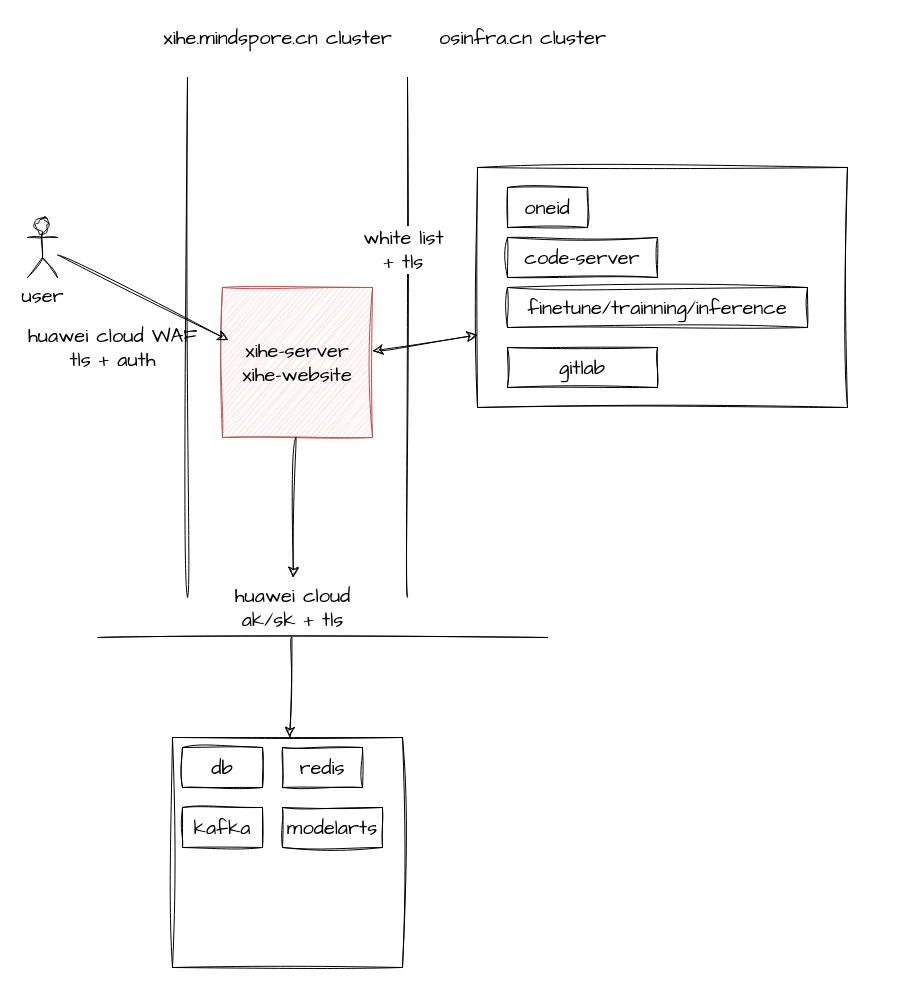
pkking/mydrawio keeps this draw.io diagram as xihe-deploy.drawio. Above is the earlier version. Source tidied: cells renumbered, new cells numbered last; positions are measured from the earlier drawing's top-left corner, leaving out a move shared by most shapes. Both pictures are drawn from the tidied source at 100%, with x=0, y=0 at pixel (17, 17).
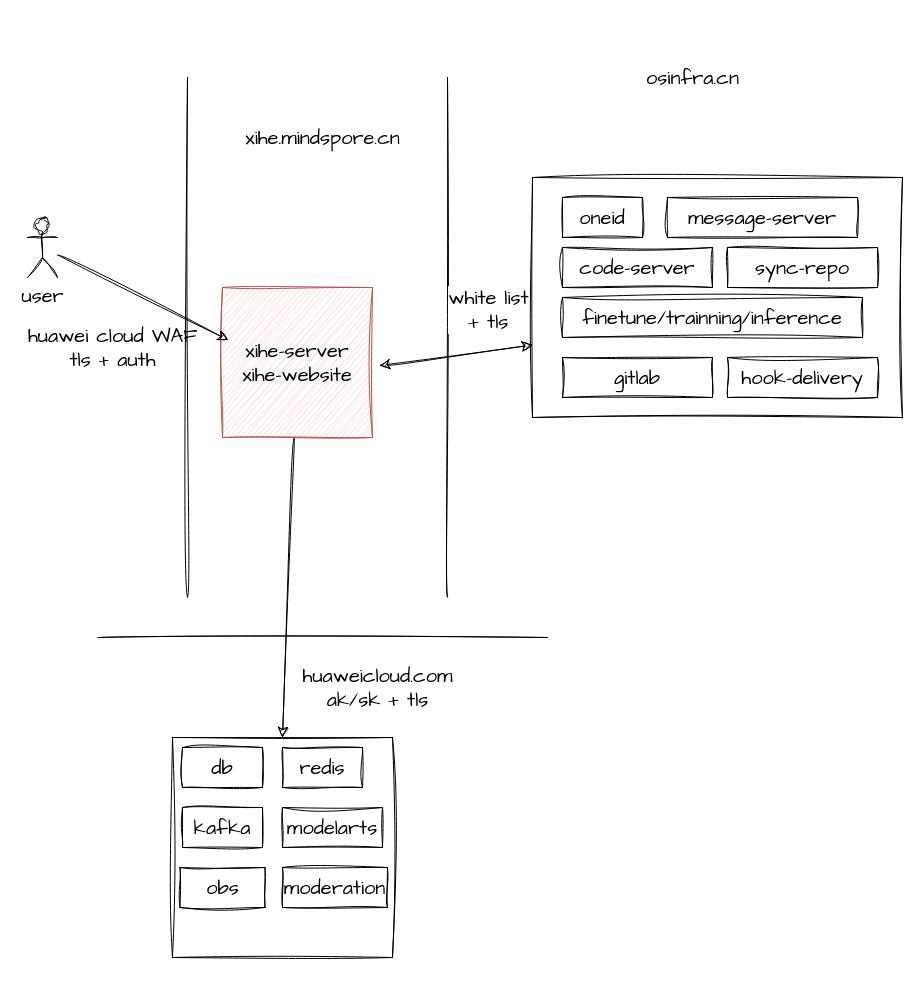
After the change.

The change refers to these unchanged cells:
```xml
<mxCell id="5" value="xihe-server&lt;br&gt;xihe-website" style="whiteSpace=wrap;html=1;sketch=1;hachureGap=4;jiggle=2;curveFitting=1;fontFamily=Architects Daughter;fontSize=20;fillColor=#f8cecc;strokeColor=#b85450;" parent="1" vertex="1">
  <mxGeometry x="205" y="270" width="150" height="150" as="geometry" />
</mxCell>
```

Diff of the diagram source:
```diff
@@
     <mxCell id="2" style="rounded=0;whiteSpace=wrap;html=1;sketch=1;hachureGap=4;jiggle=2;curveFitting=1;fontFamily=Architects Daughter;fontSize=20;" parent="1" vertex="1">
-      <mxGeometry x="460" y="150" width="370" height="240" as="geometry" />
+      <mxGeometry x="515" y="160" width="370" height="240" as="geometry" />
     </mxCell>
-    <mxCell id="3" style="edgeStyle=none;curved=1;rounded=0;sketch=1;hachureGap=4;jiggle=2;curveFitting=1;jettySize=auto;html=1;entryX=0;entryY=0.5;entryDx=0;entryDy=0;fontFamily=Architects Daughter;fontSize=16;startSize=8;endSize=8;startArrow=classic;startFill=1;" parent="1" edge="1" source="5">
+    <mxCell id="3" style="edgeStyle=none;curved=1;rounded=0;sketch=1;hachureGap=4;jiggle=2;curveFitting=1;jettySize=auto;html=1;entryX=0;entryY=0.5;entryDx=0;entryDy=0;fontFamily=Architects Daughter;fontSize=16;startSize=8;endSize=8;startArrow=classic;startFill=1;exitX=1.047;exitY=0.52;exitDx=0;exitDy=0;exitPerimeter=0;" parent="1" edge="1" source="5">
       <mxGeometry relative="1" as="geometry">
-        <mxPoint x="460" y="317.5" as="targetPoint" />
+        <mxPoint x="515" y="327.5" as="targetPoint" />
       </mxGeometry>
     </mxCell>
-    <mxCell id="4" style="edgeStyle=none;curved=1;rounded=0;sketch=1;hachureGap=4;jiggle=2;curveFitting=1;jettySize=auto;html=1;fontFamily=Architects Daughter;fontSize=16;startSize=8;endSize=8;" parent="1" edge="1" source="23" target="17">
-      <mxGeometry relative="1" as="geometry" />
-    </mxCell>
+    <mxCell id="26" style="edgeStyle=none;curved=1;rounded=0;sketch=1;hachureGap=4;jiggle=2;curveFitting=1;jettySize=auto;html=1;entryX=0.5;entryY=0;entryDx=0;entryDy=0;fontFamily=Architects Daughter;fontSize=16;startSize=8;endSize=8;" parent="1" edge="1" source="5" target="17">
+      <mxGeometry relative="1" as="geometry" />
+    </mxCell>
@@
     <mxCell id="9" style="endArrow=none;html=1;rounded=0;sketch=1;hachureGap=4;jiggle=2;curveFitting=1;fontFamily=Architects Daughter;fontSize=16;startSize=8;endSize=8;curved=1;" parent="1" edge="1">
       <mxGeometry relative="1" as="geometry">
-        <mxPoint x="390" y="580" as="sourcePoint" />
-        <mxPoint x="390" y="60" as="targetPoint" />
+        <mxPoint x="430" y="580" as="sourcePoint" />
+        <mxPoint x="430" y="60" as="targetPoint" />
       </mxGeometry>
     </mxCell>
     <mxCell id="10" value="white list&lt;br&gt;+ tls" style="edgeLabel;html=1;align=center;verticalAlign=middle;fontSize=20;fontFamily=Architects Daughter;" parent="9" vertex="1">
       <mxGeometry x="-0.07" y="1" relative="1" as="geometry">
-        <mxPoint x="-4" y="-107" as="offset" />
+        <mxPoint x="41" y="-47" as="offset" />
       </mxGeometry>
     </mxCell>
-    <mxCell id="11" value="xihe.mindspore.cn cluster" style="text;html=1;align=center;verticalAlign=middle;strokeColor=none;fillColor=none;fontSize=20;fontFamily=Architects Daughter;" parent="1" vertex="1">
-      <mxGeometry x="135" width="250" height="40" as="geometry" />
+    <mxCell id="11" value="xihe.mindspore.cn" style="text;html=1;align=center;verticalAlign=middle;strokeColor=none;fillColor=none;fontSize=20;fontFamily=Architects Daughter;" parent="1" vertex="1">
+      <mxGeometry x="215" y="100" width="180" height="40" as="geometry" />
     </mxCell>
-    <mxCell id="12" value="osinfra.cn cluster" style="text;html=1;align=center;verticalAlign=middle;strokeColor=none;fillColor=none;fontSize=20;fontFamily=Architects Daughter;" parent="1" vertex="1">
-      <mxGeometry x="410" width="190" height="40" as="geometry" />
+    <mxCell id="12" value="osinfra.cn" style="text;html=1;align=center;verticalAlign=middle;strokeColor=none;fillColor=none;fontSize=20;fontFamily=Architects Daughter;" parent="1" vertex="1">
+      <mxGeometry x="615" y="40" width="120" height="40" as="geometry" />
     </mxCell>
@@
     <mxCell id="14" value="oneid" style="rounded=0;whiteSpace=wrap;html=1;sketch=1;hachureGap=4;jiggle=2;curveFitting=1;fontFamily=Architects Daughter;fontSize=20;" parent="1" vertex="1">
-      <mxGeometry x="490" y="170" width="80" height="40" as="geometry" />
+      <mxGeometry x="545" y="180" width="80" height="40" as="geometry" />
     </mxCell>
     <mxCell id="15" value="finetune/trainning/inference" style="rounded=0;whiteSpace=wrap;html=1;sketch=1;hachureGap=4;jiggle=2;curveFitting=1;fontFamily=Architects Daughter;fontSize=20;" parent="1" vertex="1">
-      <mxGeometry x="490" y="270" width="300" height="40" as="geometry" />
+      <mxGeometry x="545" y="280" width="300" height="40" as="geometry" />
     </mxCell>
@@
     <mxCell id="17" style="whiteSpace=wrap;html=1;sketch=1;hachureGap=4;jiggle=2;curveFitting=1;fontFamily=Architects Daughter;fontSize=20;" parent="1" vertex="1">
-      <mxGeometry x="155" y="720" width="230" height="230" as="geometry" />
+      <mxGeometry x="155" y="720" width="220" height="220" as="geometry" />
     </mxCell>
@@
-    <mxCell id="21" value="modelarts" style="rounded=0;whiteSpace=wrap;html=1;sketch=1;hachureGap=4;jiggle=2;curveFitting=1;fontFamily=Architects Daughter;fontSize=20;" parent="1" vertex="1">
-      <mxGeometry x="265" y="790" width="100" height="40" as="geometry" />
+    <mxCell id="21" value="obs" style="rounded=0;whiteSpace=wrap;html=1;sketch=1;hachureGap=4;jiggle=2;curveFitting=1;fontFamily=Architects Daughter;fontSize=20;" parent="1" vertex="1">
+      <mxGeometry x="162.5" y="850" width="85" height="40" as="geometry" />
     </mxCell>
-    <mxCell id="22" style="edgeStyle=none;curved=1;rounded=0;sketch=1;hachureGap=4;jiggle=2;curveFitting=1;jettySize=auto;html=1;fontFamily=Architects Daughter;fontSize=16;startSize=8;endSize=8;" parent="1" edge="1" source="5" target="23">
-      <mxGeometry relative="1" as="geometry" />
-    </mxCell>
-    <mxCell id="23" value="huawei cloud&lt;br&gt;ak/sk + tls" style="text;html=1;align=center;verticalAlign=middle;points=[];strokeColor=none;fillColor=none;fontSize=20;fontFamily=Architects Daughter;" parent="1" vertex="1">
-      <mxGeometry x="205" y="560" width="140" height="60" as="geometry" />
+    <mxCell id="23" value="huaweicloud.com&lt;br&gt;ak/sk + tls" style="text;html=1;align=center;verticalAlign=middle;points=[];strokeColor=none;fillColor=none;fontSize=20;fontFamily=Architects Daughter;" parent="1" vertex="1">
+      <mxGeometry x="275" y="640" width="170" height="60" as="geometry" />
     </mxCell>
     <mxCell id="24" value="code-server" style="rounded=0;whiteSpace=wrap;html=1;sketch=1;hachureGap=4;jiggle=2;curveFitting=1;fontFamily=Architects Daughter;fontSize=20;" parent="1" vertex="1">
-      <mxGeometry x="490" y="220" width="150" height="40" as="geometry" />
+      <mxGeometry x="545" y="230" width="150" height="40" as="geometry" />
     </mxCell>
     <mxCell id="25" value="gitlab" style="rounded=0;whiteSpace=wrap;html=1;sketch=1;hachureGap=4;jiggle=2;curveFitting=1;fontFamily=Architects Daughter;fontSize=20;" parent="1" vertex="1">
-      <mxGeometry x="490" y="330" width="150" height="40" as="geometry" />
+      <mxGeometry x="545" y="340" width="150" height="40" as="geometry" />
     </mxCell>
+    <mxCell id="27" value="message-server" style="rounded=0;whiteSpace=wrap;html=1;sketch=1;hachureGap=4;jiggle=2;curveFitting=1;fontFamily=Architects Daughter;fontSize=20;" parent="1" vertex="1">
+      <mxGeometry x="650" y="180" width="190" height="40" as="geometry" />
+    </mxCell>
+    <mxCell id="28" value="sync-repo" style="rounded=0;whiteSpace=wrap;html=1;sketch=1;hachureGap=4;jiggle=2;curveFitting=1;fontFamily=Architects Daughter;fontSize=20;" parent="1" vertex="1">
+      <mxGeometry x="710" y="230" width="150" height="40" as="geometry" />
+    </mxCell>
+    <mxCell id="29" value="hook-delivery" style="rounded=0;whiteSpace=wrap;html=1;sketch=1;hachureGap=4;jiggle=2;curveFitting=1;fontFamily=Architects Daughter;fontSize=20;" parent="1" vertex="1">
+      <mxGeometry x="710" y="340" width="150" height="40" as="geometry" />
+    </mxCell>
+    <mxCell id="30" value="moderation" style="rounded=0;whiteSpace=wrap;html=1;sketch=1;hachureGap=4;jiggle=2;curveFitting=1;fontFamily=Architects Daughter;fontSize=20;" parent="1" vertex="1">
+      <mxGeometry x="265" y="850" width="105" height="40" as="geometry" />
+    </mxCell>
+    <mxCell id="31" value="modelarts" style="rounded=0;whiteSpace=wrap;html=1;sketch=1;hachureGap=4;jiggle=2;curveFitting=1;fontFamily=Architects Daughter;fontSize=20;" parent="1" vertex="1">
+      <mxGeometry x="265" y="790" width="100" height="40" as="geometry" />
+    </mxCell>
```
